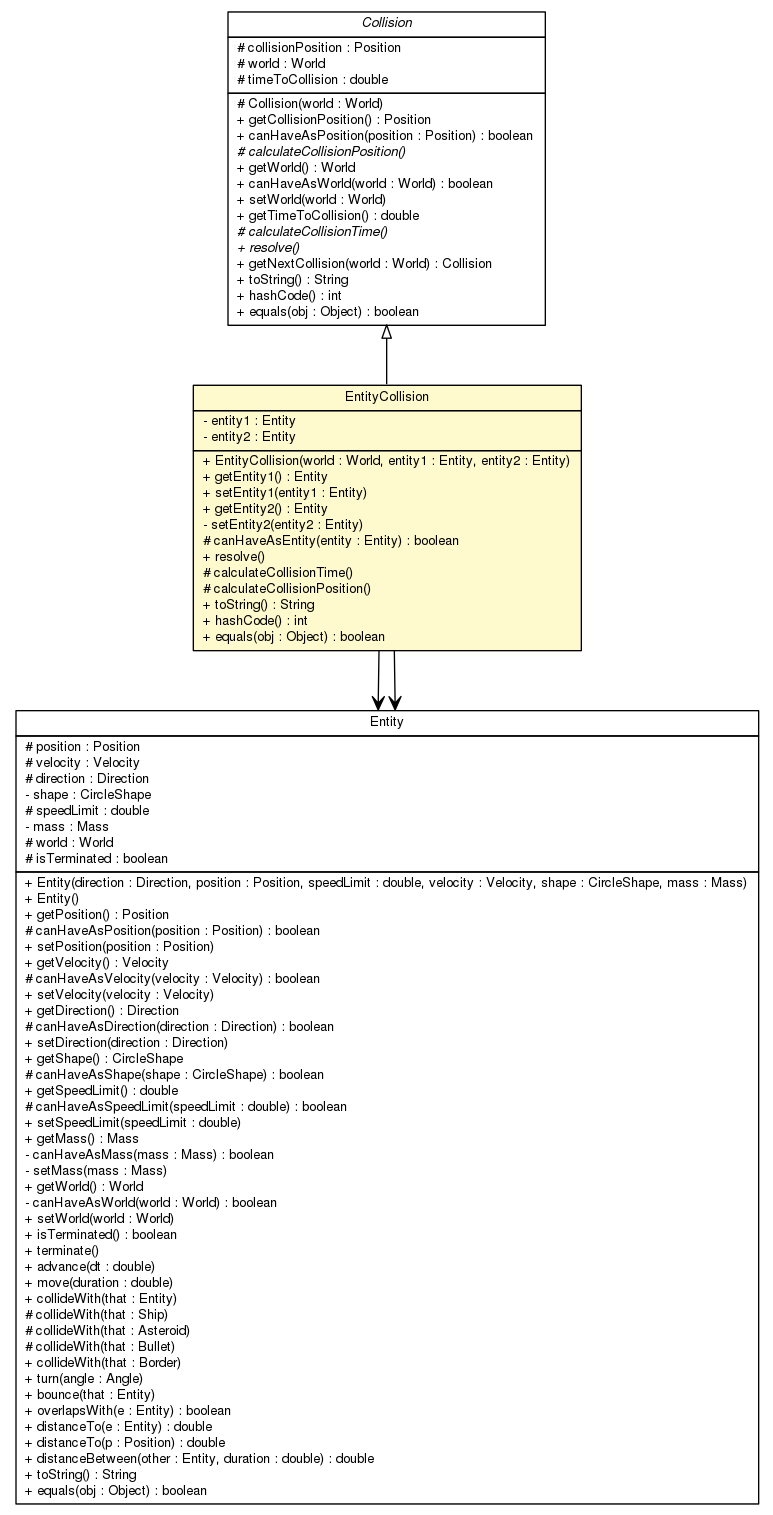
Before: doc/world/physics/collision/EntityCollision.png, a diagram exported from Graphviz (sinopeus/asteroids). Its source is kept beside it as doc/world/physics/collision/EntityCollision.dot.
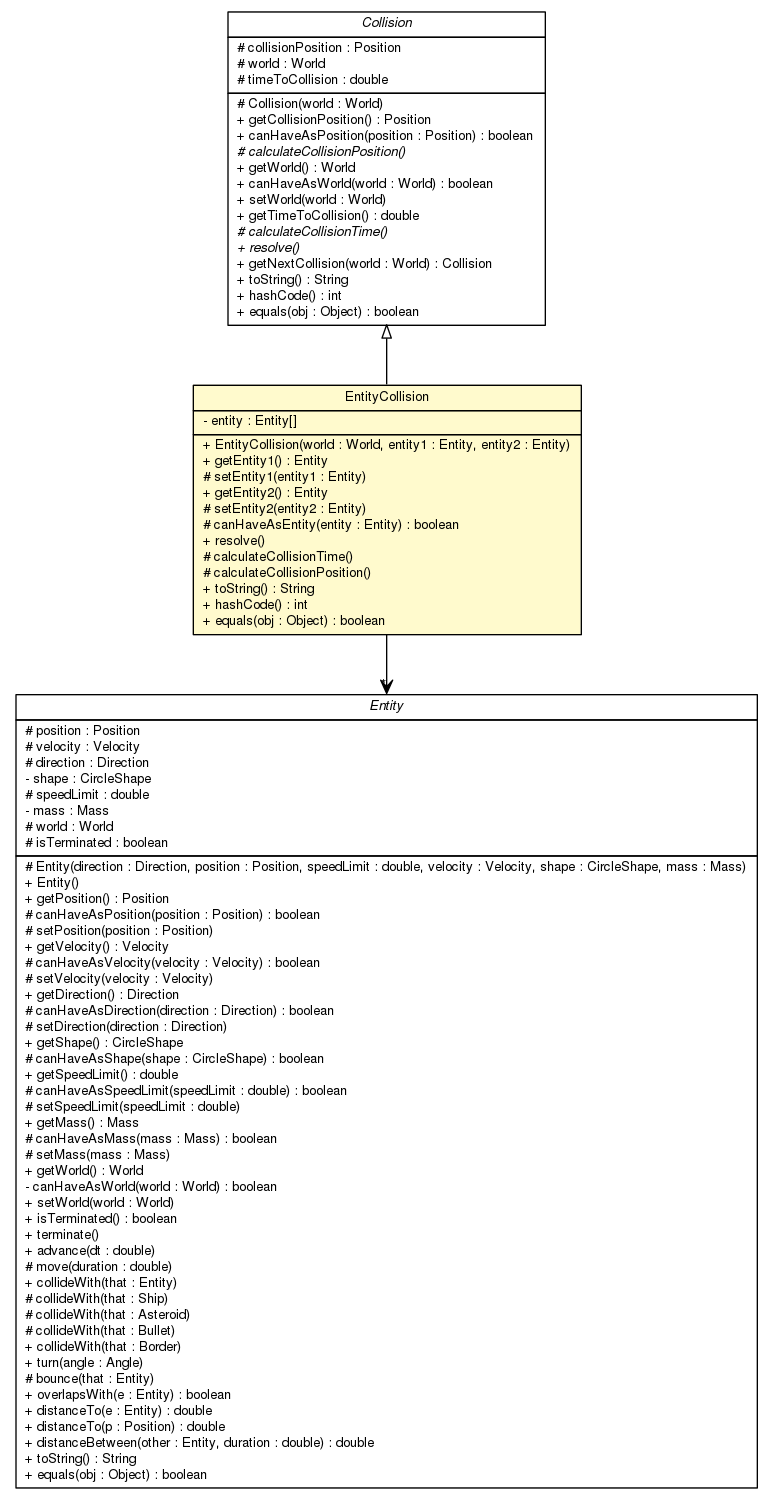
The same file after the commit.

Diff of the diagram source:
```diff
@@ -6,7 +6,7 @@
 	ranksep=0.5;
 	c8056 [label=<<table title="world.entity.Entity" border="0" cellborder="1" cellspacing="0" cellpadding="2" port="p" href="../../entity/Entity.html">
 		<tr><td><table border="0" cellspacing="0" cellpadding="1">
-<tr><td align="center" balign="center"> Entity </td></tr>
+<tr><td align="center" balign="center"><font face="Helvetica-Oblique"> Entity </font></td></tr>
 		</table></td></tr>
 		<tr><td><table border="0" cellspacing="0" cellpadding="1">
 <tr><td align="left" balign="left"> # position : Position </td></tr>
@@ -19,39 +19,39 @@
 <tr><td align="left" balign="left"> # isTerminated : boolean </td></tr>
 		</table></td></tr>
 		<tr><td><table border="0" cellspacing="0" cellpadding="1">
-<tr><td align="left" balign="left"> + Entity(direction : Direction, position : Position, speedLimit : double, velocity : Velocity, shape : CircleShape, mass : Mass) </td></tr>
+<tr><td align="left" balign="left"> # Entity(direction : Direction, position : Position, speedLimit : double, velocity : Velocity, shape : CircleShape, mass : Mass) </td></tr>
 <tr><td align="left" balign="left"> + Entity() </td></tr>
 <tr><td align="left" balign="left"> + getPosition() : Position </td></tr>
 <tr><td align="left" balign="left"> # canHaveAsPosition(position : Position) : boolean </td></tr>
-<tr><td align="left" balign="left"> + setPosition(position : Position) </td></tr>
+<tr><td align="left" balign="left"> # setPosition(position : Position) </td></tr>
 <tr><td align="left" balign="left"> + getVelocity() : Velocity </td></tr>
 <tr><td align="left" balign="left"> # canHaveAsVelocity(velocity : Velocity) : boolean </td></tr>
-<tr><td align="left" balign="left"> + setVelocity(velocity : Velocity) </td></tr>
+<tr><td align="left" balign="left"> # setVelocity(velocity : Velocity) </td></tr>
 <tr><td align="left" balign="left"> + getDirection() : Direction </td></tr>
 <tr><td align="left" balign="left"> # canHaveAsDirection(direction : Direction) : boolean </td></tr>
-<tr><td align="left" balign="left"> + setDirection(direction : Direction) </td></tr>
+<tr><td align="left" balign="left"> # setDirection(direction : Direction) </td></tr>
 <tr><td align="left" balign="left"> + getShape() : CircleShape </td></tr>
 <tr><td align="left" balign="left"> # canHaveAsShape(shape : CircleShape) : boolean </td></tr>
 <tr><td align="left" balign="left"> + getSpeedLimit() : double </td></tr>
 <tr><td align="left" balign="left"> # canHaveAsSpeedLimit(speedLimit : double) : boolean </td></tr>
-<tr><td align="left" balign="left"> + setSpeedLimit(speedLimit : double) </td></tr>
+<tr><td align="left" balign="left"> # setSpeedLimit(speedLimit : double) </td></tr>
 <tr><td align="left" balign="left"> + getMass() : Mass </td></tr>
-<tr><td align="left" balign="left"> - canHaveAsMass(mass : Mass) : boolean </td></tr>
-<tr><td align="left" balign="left"> - setMass(mass : Mass) </td></tr>
+<tr><td align="left" balign="left"> # canHaveAsMass(mass : Mass) : boolean </td></tr>
+<tr><td align="left" balign="left"> # setMass(mass : Mass) </td></tr>
 <tr><td align="left" balign="left"> + getWorld() : World </td></tr>
 <tr><td align="left" balign="left"> - canHaveAsWorld(world : World) : boolean </td></tr>
 <tr><td align="left" balign="left"> + setWorld(world : World) </td></tr>
 <tr><td align="left" balign="left"> + isTerminated() : boolean </td></tr>
 <tr><td align="left" balign="left"> + terminate() </td></tr>
 <tr><td align="left" balign="left"> + advance(dt : double) </td></tr>
-<tr><td align="left" balign="left"> + move(duration : double) </td></tr>
+<tr><td align="left" balign="left"> # move(duration : double) </td></tr>
 <tr><td align="left" balign="left"> + collideWith(that : Entity) </td></tr>
 <tr><td align="left" balign="left"> # collideWith(that : Ship) </td></tr>
 <tr><td align="left" balign="left"> # collideWith(that : Asteroid) </td></tr>
 <tr><td align="left" balign="left"> # collideWith(that : Bullet) </td></tr>
 <tr><td align="left" balign="left"> + collideWith(that : Border) </td></tr>
 <tr><td align="left" balign="left"> + turn(angle : Angle) </td></tr>
-<tr><td align="left" balign="left"> + bounce(that : Entity) </td></tr>
+<tr><td align="left" balign="left"> # bounce(that : Entity) </td></tr>
 <tr><td align="left" balign="left"> + overlapsWith(e : Entity) : boolean </td></tr>
 <tr><td align="left" balign="left"> + distanceTo(e : Entity) : double </td></tr>
 <tr><td align="left" balign="left"> + distanceTo(p : Position) : double </td></tr>
@@ -91,15 +91,14 @@
 <tr><td align="center" balign="center"> EntityCollision </td></tr>
 		</table></td></tr>
 		<tr><td><table border="0" cellspacing="0" cellpadding="1">
-<tr><td align="left" balign="left"> - entity1 : Entity </td></tr>
-<tr><td align="left" balign="left"> - entity2 : Entity </td></tr>
+<tr><td align="left" balign="left"> - entity : Entity[] </td></tr>
 		</table></td></tr>
 		<tr><td><table border="0" cellspacing="0" cellpadding="1">
 <tr><td align="left" balign="left"> + EntityCollision(world : World, entity1 : Entity, entity2 : Entity) </td></tr>
 <tr><td align="left" balign="left"> + getEntity1() : Entity </td></tr>
-<tr><td align="left" balign="left"> + setEntity1(entity1 : Entity) </td></tr>
+<tr><td align="left" balign="left"> # setEntity1(entity1 : Entity) </td></tr>
 <tr><td align="left" balign="left"> + getEntity2() : Entity </td></tr>
-<tr><td align="left" balign="left"> - setEntity2(entity2 : Entity) </td></tr>
+<tr><td align="left" balign="left"> # setEntity2(entity2 : Entity) </td></tr>
 <tr><td align="left" balign="left"> # canHaveAsEntity(entity : Entity) : boolean </td></tr>
 <tr><td align="left" balign="left"> + resolve() </td></tr>
 <tr><td align="left" balign="left"> # calculateCollisionTime() </td></tr>
@@ -110,6 +109,5 @@
 		</table></td></tr>
 		</table>>, URL="./EntityCollision.html", fontname="Helvetica", fontcolor="black", fontsize=10.0];
 	c8062:p -> c8065:p [dir=back,arrowtail=empty];
-	c8065:p -> c8056:p [taillabel="", label="", headlabel="", fontname="Helvetica", fontcolor="black", fontsize=10.0, color="black", arrowhead=open];
-	c8065:p -> c8056:p [taillabel="", label="", headlabel="", fontname="Helvetica", fontcolor="black", fontsize=10.0, color="black", arrowhead=open];
+	c8065:p -> c8056:p [taillabel="", label="", headlabel="*", fontname="Helvetica", fontcolor="black", fontsize=10.0, color="black", arrowhead=open];
 }
```
